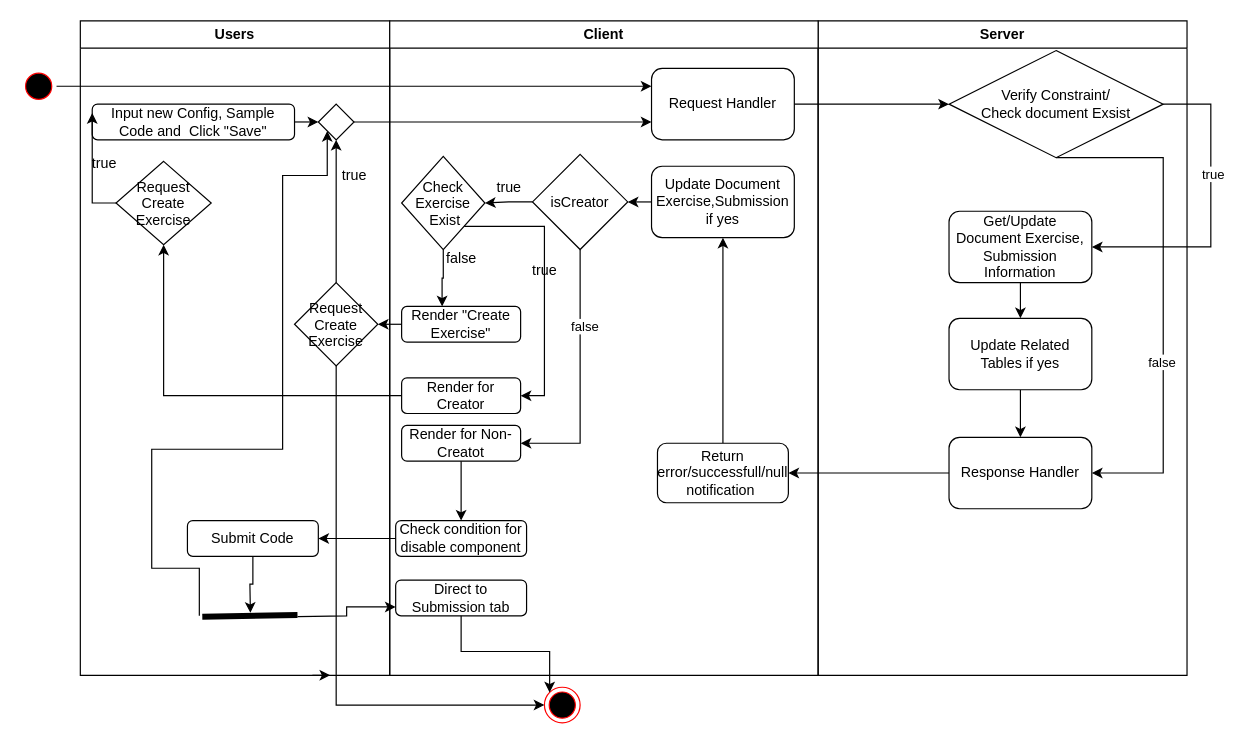
Earlier version of the draw.io diagram page "Chỉnh sửa và tạo Exercise - tạo Submission" (15 of 16) of docs/ActivityDiagram.drawio (PhungThanhTu/pcode-ui). Source tidied: cells renumbered, new cells numbered last; positions are measured from the earlier drawing's top-left corner, leaving out a move shared by most shapes. Both pictures are drawn from the tidied source at 119%, with x=0, y=0 at pixel (20, 20).
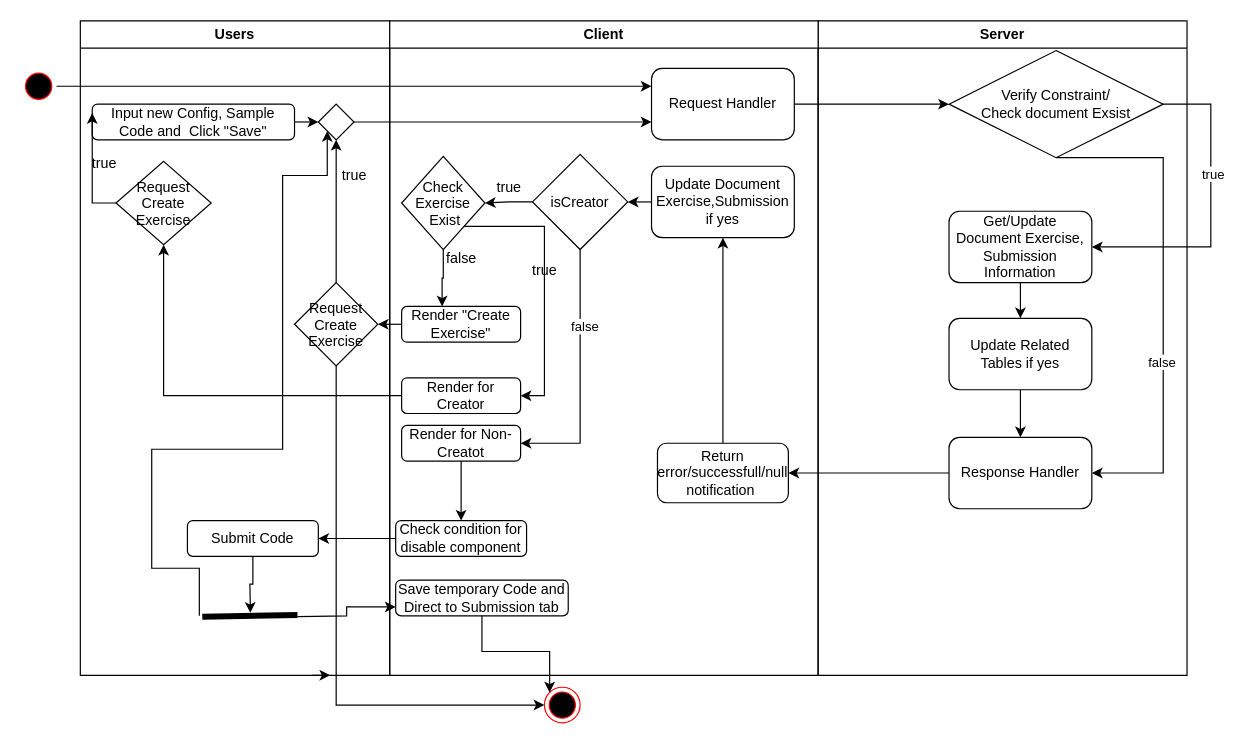
The same diagram, later.

The change refers to these unchanged cells:
```xml
<mxCell id="29" value="Client" style="swimlane;whiteSpace=wrap;html=1;" parent="1" vertex="1">
  <mxGeometry x="310" width="360" height="550" as="geometry" />
</mxCell>
```

What changed in the source:
```diff
@@
-    <mxCell id="48" value="Direct to Submission tab" style="rounded=1;whiteSpace=wrap;html=1;" parent="29" vertex="1">
-      <mxGeometry x="5" y="470" width="110" height="30" as="geometry" />
+    <mxCell id="48" value="Save temporary Code and Direct to Submission tab" style="rounded=1;whiteSpace=wrap;html=1;" parent="29" vertex="1">
+      <mxGeometry x="5" y="470" width="145" height="30" as="geometry" />
     </mxCell>
```
